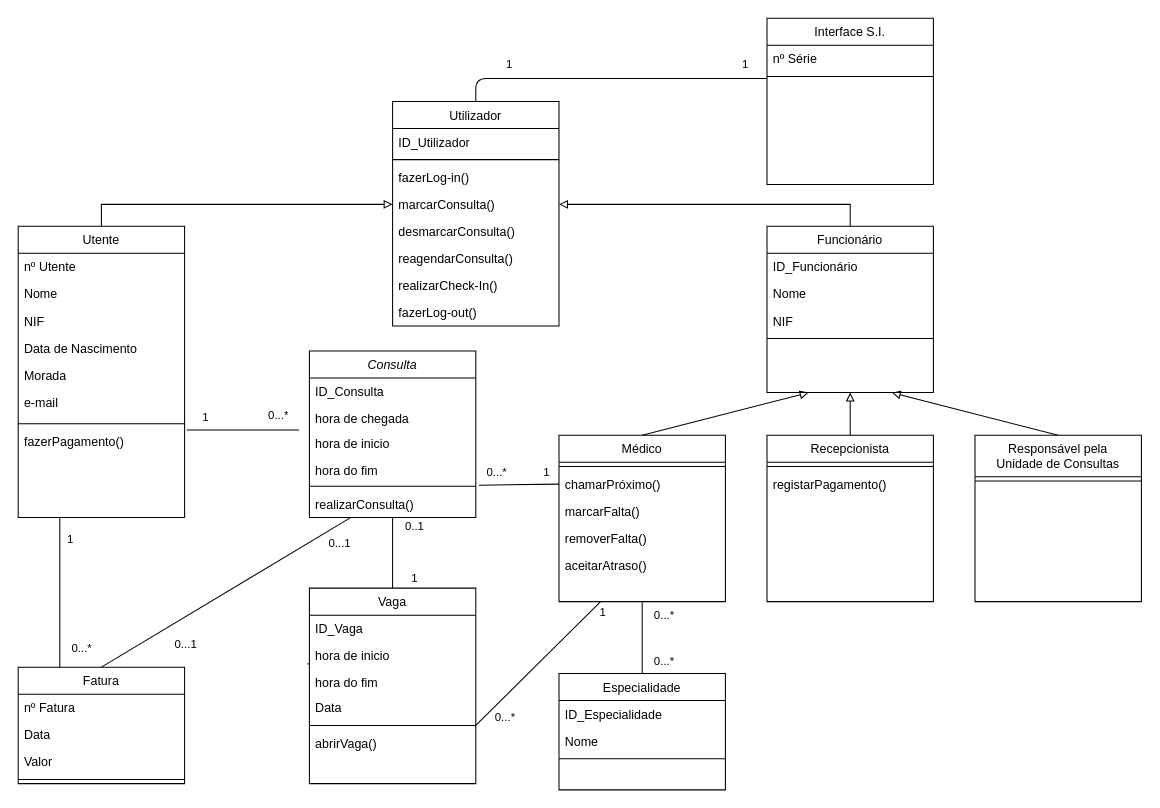
This is Diagrama de Classes.drawio from carlan92/Hospital_Management_System, a draw.io file, before an edit. Source tidied: cells renumbered, new cells numbered last; positions are measured from the earlier drawing's top-left corner, leaving out a move shared by most shapes. Both pictures are drawn from the tidied source at 104%, with x=0, y=0 at pixel (18, 18).
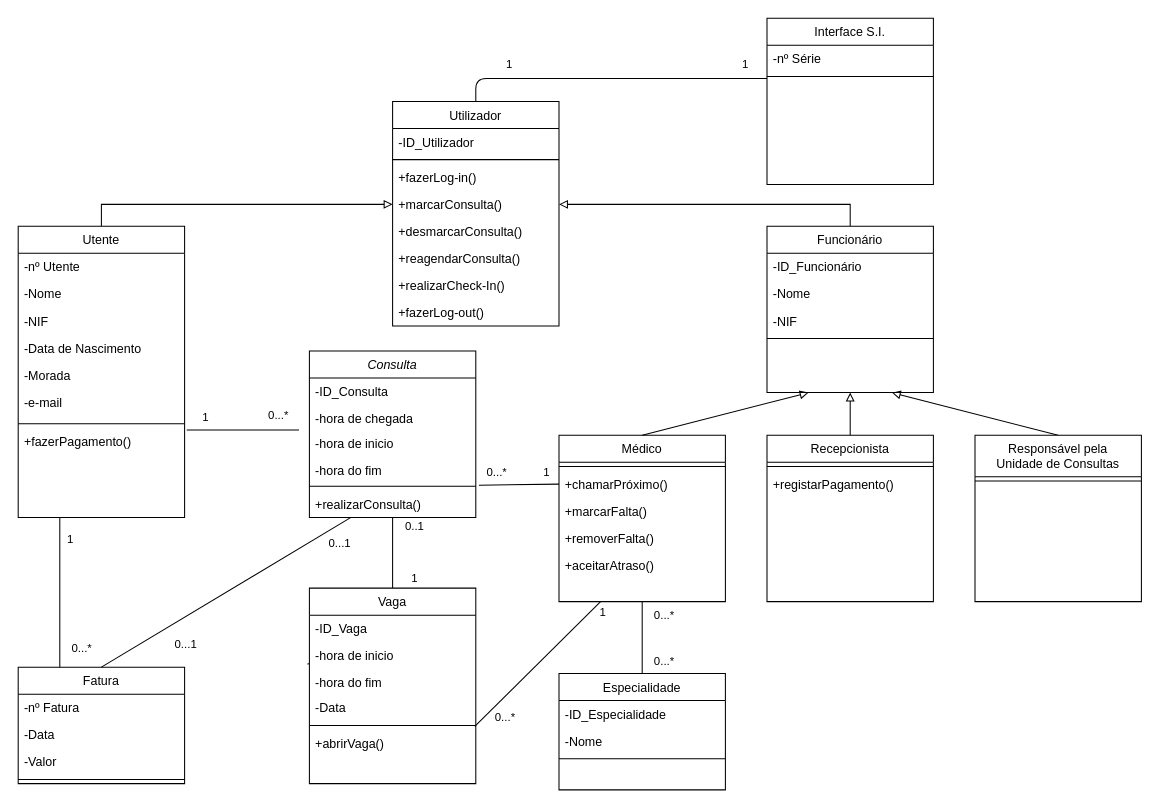
The same page after the edit.

Commit message:
update, adicionado nivel de visibilidade

The change refers to these unchanged cells:
```xml
<mxCell id="2" value="Médico" style="swimlane;fontStyle=0;align=center;verticalAlign=top;horizontal=1;startSize=26;rounded=0;shadow=0;strokeWidth=1;" parent="1" vertex="1">
  <mxGeometry x="520" y="401" width="160" height="160" as="geometry" />
</mxCell>
<mxCell id="9" value="Utente" style="swimlane;fontStyle=0;align=center;verticalAlign=top;horizontal=1;startSize=26;rounded=0;shadow=0;strokeWidth=1;" parent="1" vertex="1">
  <mxGeometry y="200" width="160" height="280" as="geometry" />
</mxCell>
<mxCell id="19" value="Recepcionista" style="swimlane;fontStyle=0;align=center;verticalAlign=top;horizontal=1;startSize=26;rounded=0;shadow=0;strokeWidth=1;" parent="1" vertex="1">
  <mxGeometry x="720" y="401" width="160" height="160" as="geometry" />
</mxCell>
<mxCell id="26" value="Funcionário" style="swimlane;fontStyle=0;align=center;verticalAlign=top;horizontal=1;startSize=26;rounded=0;shadow=0;strokeWidth=1;" parent="1" vertex="1">
  <mxGeometry x="720" y="200" width="160" height="160" as="geometry" />
</mxCell>
<mxCell id="32" value="Utilizador" style="swimlane;fontStyle=0;align=center;verticalAlign=top;horizontal=1;startSize=26;rounded=0;shadow=0;strokeWidth=1;" parent="1" vertex="1">
  <mxGeometry x="360" y="80" width="160" height="216" as="geometry" />
</mxCell>
<mxCell id="41" value="Fatura" style="swimlane;fontStyle=0;align=center;verticalAlign=top;horizontal=1;startSize=26;rounded=0;shadow=0;strokeWidth=1;" parent="1" vertex="1">
  <mxGeometry y="624" width="160" height="112" as="geometry" />
</mxCell>
<mxCell id="49" value="Interface S.I." style="swimlane;fontStyle=0;align=center;verticalAlign=top;horizontal=1;startSize=26;rounded=0;shadow=0;strokeWidth=1;" parent="1" vertex="1">
  <mxGeometry x="720" width="160" height="160" as="geometry" />
</mxCell>
<mxCell id="55" value="Especialidade" style="swimlane;fontStyle=0;align=center;verticalAlign=top;horizontal=1;startSize=26;rounded=0;shadow=0;strokeWidth=1;" parent="1" vertex="1">
  <mxGeometry x="520" y="630" width="160" height="112" as="geometry" />
</mxCell>
<mxCell id="62" value="Consulta" style="swimlane;fontStyle=2;align=center;verticalAlign=top;horizontal=1;startSize=26;rounded=0;shadow=0;strokeWidth=1;" parent="1" vertex="1">
  <mxGeometry x="280" y="320" width="160" height="160" as="geometry" />
</mxCell>
<mxCell id="75" value="Vaga" style="swimlane;fontStyle=0;align=center;verticalAlign=top;horizontal=1;startSize=26;rounded=0;shadow=0;strokeWidth=1;" parent="1" vertex="1">
  <mxGeometry x="280" y="548" width="160" height="188" as="geometry" />
</mxCell>
```

Diff of the diagram source:
```diff
@@
-    <mxCell id="4" value="chamarPróximo()" style="text;align=left;verticalAlign=top;spacingLeft=4;spacingRight=4;overflow=hidden;points=[[0,0.5],[1,0.5]];portConstraint=eastwest;rounded=0;shadow=0;html=0;" parent="2" vertex="1">
+    <mxCell id="4" value="+chamarPróximo()" style="text;align=left;verticalAlign=top;spacingLeft=4;spacingRight=4;overflow=hidden;points=[[0,0.5],[1,0.5]];portConstraint=eastwest;rounded=0;shadow=0;html=0;" parent="2" vertex="1">
       <mxGeometry y="34" width="160" height="26" as="geometry" />
     </mxCell>
-    <mxCell id="5" value="marcarFalta()" style="text;align=left;verticalAlign=top;spacingLeft=4;spacingRight=4;overflow=hidden;rounded=0;shadow=0;html=0;" parent="2" vertex="1">
+    <mxCell id="5" value="+marcarFalta()" style="text;align=left;verticalAlign=top;spacingLeft=4;spacingRight=4;overflow=hidden;rounded=0;shadow=0;html=0;" parent="2" vertex="1">
       <mxGeometry y="60" width="160" height="26" as="geometry" />
     </mxCell>
-    <mxCell id="6" value="removerFalta()" style="text;align=left;verticalAlign=top;spacingLeft=4;spacingRight=4;overflow=hidden;rounded=0;shadow=0;html=0;" parent="2" vertex="1">
+    <mxCell id="6" value="+removerFalta()" style="text;align=left;verticalAlign=top;spacingLeft=4;spacingRight=4;overflow=hidden;rounded=0;shadow=0;html=0;" parent="2" vertex="1">
       <mxGeometry y="86" width="160" height="26" as="geometry" />
     </mxCell>
-    <mxCell id="7" value="aceitarAtraso()" style="text;align=left;verticalAlign=top;spacingLeft=4;spacingRight=4;overflow=hidden;rounded=0;shadow=0;html=0;" parent="2" vertex="1">
+    <mxCell id="7" value="+aceitarAtraso()" style="text;align=left;verticalAlign=top;spacingLeft=4;spacingRight=4;overflow=hidden;rounded=0;shadow=0;html=0;" parent="2" vertex="1">
       <mxGeometry y="112" width="160" height="26" as="geometry" />
     </mxCell>
@@
-    <mxCell id="10" value="nº Utente" style="text;align=left;verticalAlign=top;spacingLeft=4;spacingRight=4;overflow=hidden;rounded=0;shadow=0;html=0;" parent="9" vertex="1">
+    <mxCell id="10" value="-nº Utente" style="text;align=left;verticalAlign=top;spacingLeft=4;spacingRight=4;overflow=hidden;rounded=0;shadow=0;html=0;" parent="9" vertex="1">
       <mxGeometry y="26" width="160" height="26" as="geometry" />
     </mxCell>
-    <mxCell id="11" value="Nome" style="text;align=left;verticalAlign=top;spacingLeft=4;spacingRight=4;overflow=hidden;" parent="9" vertex="1">
+    <mxCell id="11" value="-Nome" style="text;align=left;verticalAlign=top;spacingLeft=4;spacingRight=4;overflow=hidden;" parent="9" vertex="1">
       <mxGeometry y="52" width="160" height="26" as="geometry" />
     </mxCell>
-    <mxCell id="12" value="NIF" style="text;align=left;verticalAlign=top;spacingLeft=4;spacingRight=4;overflow=hidden;rounded=0;shadow=0;html=0;" parent="9" vertex="1">
+    <mxCell id="12" value="-NIF" style="text;align=left;verticalAlign=top;spacingLeft=4;spacingRight=4;overflow=hidden;rounded=0;shadow=0;html=0;" parent="9" vertex="1">
       <mxGeometry y="78" width="160" height="26" as="geometry" />
     </mxCell>
-    <mxCell id="13" value="Data de Nascimento" style="text;align=left;verticalAlign=top;spacingLeft=4;spacingRight=4;overflow=hidden;rounded=0;shadow=0;html=0;" parent="9" vertex="1">
+    <mxCell id="13" value="-Data de Nascimento" style="text;align=left;verticalAlign=top;spacingLeft=4;spacingRight=4;overflow=hidden;rounded=0;shadow=0;html=0;" parent="9" vertex="1">
       <mxGeometry y="104" width="160" height="26" as="geometry" />
     </mxCell>
-    <mxCell id="14" value="Morada" style="text;align=left;verticalAlign=top;spacingLeft=4;spacingRight=4;overflow=hidden;rounded=0;shadow=0;html=0;" parent="9" vertex="1">
+    <mxCell id="14" value="-Morada" style="text;align=left;verticalAlign=top;spacingLeft=4;spacingRight=4;overflow=hidden;rounded=0;shadow=0;html=0;" parent="9" vertex="1">
       <mxGeometry y="130" width="160" height="26" as="geometry" />
     </mxCell>
-    <mxCell id="15" value="e-mail" style="text;align=left;verticalAlign=top;spacingLeft=4;spacingRight=4;overflow=hidden;rounded=0;shadow=0;html=0;" parent="9" vertex="1">
+    <mxCell id="15" value="-e-mail" style="text;align=left;verticalAlign=top;spacingLeft=4;spacingRight=4;overflow=hidden;rounded=0;shadow=0;html=0;" parent="9" vertex="1">
       <mxGeometry y="156" width="160" height="30" as="geometry" />
     </mxCell>
@@
-    <mxCell id="17" value="fazerPagamento()" style="text;align=left;verticalAlign=top;spacingLeft=4;spacingRight=4;overflow=hidden;points=[[0,0.5],[1,0.5]];portConstraint=eastwest;rounded=0;shadow=0;html=0;" parent="9" vertex="1">
+    <mxCell id="17" value="+fazerPagamento()" style="text;align=left;verticalAlign=top;spacingLeft=4;spacingRight=4;overflow=hidden;points=[[0,0.5],[1,0.5]];portConstraint=eastwest;rounded=0;shadow=0;html=0;" parent="9" vertex="1">
       <mxGeometry y="194" width="160" height="26" as="geometry" />
     </mxCell>
@@
-    <mxCell id="21" value="registarPagamento()" style="text;align=left;verticalAlign=top;spacingLeft=4;spacingRight=4;overflow=hidden;rounded=0;shadow=0;html=0;" parent="19" vertex="1">
+    <mxCell id="21" value="+registarPagamento()" style="text;align=left;verticalAlign=top;spacingLeft=4;spacingRight=4;overflow=hidden;rounded=0;shadow=0;html=0;" parent="19" vertex="1">
       <mxGeometry y="34" width="160" height="26" as="geometry" />
     </mxCell>
@@
-    <mxCell id="27" value="ID_Funcionário" style="text;align=left;verticalAlign=top;spacingLeft=4;spacingRight=4;overflow=hidden;" parent="26" vertex="1">
+    <mxCell id="27" value="-ID_Funcionário" style="text;align=left;verticalAlign=top;spacingLeft=4;spacingRight=4;overflow=hidden;" parent="26" vertex="1">
       <mxGeometry y="26" width="160" height="26" as="geometry" />
     </mxCell>
-    <mxCell id="28" value="Nome" style="text;align=left;verticalAlign=top;spacingLeft=4;spacingRight=4;overflow=hidden;" parent="26" vertex="1">
+    <mxCell id="28" value="-Nome" style="text;align=left;verticalAlign=top;spacingLeft=4;spacingRight=4;overflow=hidden;" parent="26" vertex="1">
       <mxGeometry y="52" width="160" height="26" as="geometry" />
     </mxCell>
-    <mxCell id="29" value="NIF" style="text;align=left;verticalAlign=top;spacingLeft=4;spacingRight=4;overflow=hidden;" parent="26" vertex="1">
+    <mxCell id="29" value="-NIF" style="text;align=left;verticalAlign=top;spacingLeft=4;spacingRight=4;overflow=hidden;" parent="26" vertex="1">
       <mxGeometry y="78" width="160" height="26" as="geometry" />
     </mxCell>
@@
-    <mxCell id="33" value="ID_Utilizador" style="text;align=left;verticalAlign=top;spacingLeft=4;spacingRight=4;overflow=hidden;" parent="32" vertex="1">
+    <mxCell id="33" value="-ID_Utilizador" style="text;align=left;verticalAlign=top;spacingLeft=4;spacingRight=4;overflow=hidden;" parent="32" vertex="1">
       <mxGeometry y="26" width="160" height="26" as="geometry" />
     </mxCell>
@@
-    <mxCell id="35" value="fazerLog-in()" style="text;align=left;verticalAlign=top;spacingLeft=4;spacingRight=4;overflow=hidden;rounded=0;shadow=0;html=0;" parent="32" vertex="1">
+    <mxCell id="35" value="+fazerLog-in()" style="text;align=left;verticalAlign=top;spacingLeft=4;spacingRight=4;overflow=hidden;rounded=0;shadow=0;html=0;" parent="32" vertex="1">
       <mxGeometry y="60" width="160" height="26" as="geometry" />
     </mxCell>
-    <mxCell id="36" value="marcarConsulta()" style="text;align=left;verticalAlign=top;spacingLeft=4;spacingRight=4;overflow=hidden;points=[[0,0.5],[1,0.5]];portConstraint=eastwest;rounded=0;shadow=0;html=0;" parent="32" vertex="1">
+    <mxCell id="36" value="+marcarConsulta()" style="text;align=left;verticalAlign=top;spacingLeft=4;spacingRight=4;overflow=hidden;points=[[0,0.5],[1,0.5]];portConstraint=eastwest;rounded=0;shadow=0;html=0;" parent="32" vertex="1">
       <mxGeometry y="86" width="160" height="26" as="geometry" />
     </mxCell>
-    <mxCell id="37" value="desmarcarConsulta()" style="text;align=left;verticalAlign=top;spacingLeft=4;spacingRight=4;overflow=hidden;rounded=0;shadow=0;html=0;" parent="32" vertex="1">
+    <mxCell id="37" value="+desmarcarConsulta()" style="text;align=left;verticalAlign=top;spacingLeft=4;spacingRight=4;overflow=hidden;rounded=0;shadow=0;html=0;" parent="32" vertex="1">
       <mxGeometry y="112" width="160" height="26" as="geometry" />
     </mxCell>
-    <mxCell id="38" value="reagendarConsulta()" style="text;align=left;verticalAlign=top;spacingLeft=4;spacingRight=4;overflow=hidden;rounded=0;shadow=0;html=0;" parent="32" vertex="1">
+    <mxCell id="38" value="+reagendarConsulta()" style="text;align=left;verticalAlign=top;spacingLeft=4;spacingRight=4;overflow=hidden;rounded=0;shadow=0;html=0;" parent="32" vertex="1">
       <mxGeometry y="138" width="160" height="26" as="geometry" />
     </mxCell>
-    <mxCell id="39" value="realizarCheck-In()" style="text;align=left;verticalAlign=top;spacingLeft=4;spacingRight=4;overflow=hidden;rounded=0;shadow=0;html=0;" parent="32" vertex="1">
+    <mxCell id="39" value="+realizarCheck-In()" style="text;align=left;verticalAlign=top;spacingLeft=4;spacingRight=4;overflow=hidden;rounded=0;shadow=0;html=0;" parent="32" vertex="1">
       <mxGeometry y="164" width="160" height="26" as="geometry" />
     </mxCell>
-    <mxCell id="40" value="fazerLog-out()" style="text;align=left;verticalAlign=top;spacingLeft=4;spacingRight=4;overflow=hidden;rounded=0;shadow=0;html=0;" parent="32" vertex="1">
+    <mxCell id="40" value="+fazerLog-out()" style="text;align=left;verticalAlign=top;spacingLeft=4;spacingRight=4;overflow=hidden;rounded=0;shadow=0;html=0;" parent="32" vertex="1">
       <mxGeometry y="190" width="160" height="26" as="geometry" />
     </mxCell>
@@
-    <mxCell id="42" value="nº Fatura" style="text;align=left;verticalAlign=top;spacingLeft=4;spacingRight=4;overflow=hidden;" parent="41" vertex="1">
+    <mxCell id="42" value="-nº Fatura" style="text;align=left;verticalAlign=top;spacingLeft=4;spacingRight=4;overflow=hidden;" parent="41" vertex="1">
       <mxGeometry y="26" width="160" height="26" as="geometry" />
     </mxCell>
-    <mxCell id="43" value="Data" style="text;align=left;verticalAlign=top;spacingLeft=4;spacingRight=4;overflow=hidden;" parent="41" vertex="1">
+    <mxCell id="43" value="-Data" style="text;align=left;verticalAlign=top;spacingLeft=4;spacingRight=4;overflow=hidden;" parent="41" vertex="1">
       <mxGeometry y="52" width="160" height="26" as="geometry" />
     </mxCell>
-    <mxCell id="44" value="Valor" style="text;align=left;verticalAlign=top;spacingLeft=4;spacingRight=4;overflow=hidden;" parent="41" vertex="1">
+    <mxCell id="44" value="-Valor" style="text;align=left;verticalAlign=top;spacingLeft=4;spacingRight=4;overflow=hidden;" parent="41" vertex="1">
       <mxGeometry y="78" width="160" height="26" as="geometry" />
     </mxCell>
@@
-    <mxCell id="50" value="nº Série" style="text;align=left;verticalAlign=top;spacingLeft=4;spacingRight=4;overflow=hidden;points=[[0,0.5],[1,0.5]];portConstraint=eastwest;" parent="49" vertex="1">
+    <mxCell id="50" value="-nº Série" style="text;align=left;verticalAlign=top;spacingLeft=4;spacingRight=4;overflow=hidden;points=[[0,0.5],[1,0.5]];portConstraint=eastwest;" parent="49" vertex="1">
       <mxGeometry y="26" width="160" height="26" as="geometry" />
     </mxCell>
@@
-    <mxCell id="56" value="ID_Especialidade" style="text;align=left;verticalAlign=top;spacingLeft=4;spacingRight=4;overflow=hidden;" parent="55" vertex="1">
+    <mxCell id="56" value="-ID_Especialidade" style="text;align=left;verticalAlign=top;spacingLeft=4;spacingRight=4;overflow=hidden;" parent="55" vertex="1">
       <mxGeometry y="26" width="160" height="26" as="geometry" />
     </mxCell>
-    <mxCell id="57" value="Nome" style="text;align=left;verticalAlign=top;spacingLeft=4;spacingRight=4;overflow=hidden;" parent="55" vertex="1">
+    <mxCell id="57" value="-Nome" style="text;align=left;verticalAlign=top;spacingLeft=4;spacingRight=4;overflow=hidden;" parent="55" vertex="1">
       <mxGeometry y="52" width="160" height="26" as="geometry" />
     </mxCell>
@@
-    <mxCell id="63" value="ID_Consulta" style="text;align=left;verticalAlign=top;spacingLeft=4;spacingRight=4;overflow=hidden;" parent="62" vertex="1">
+    <mxCell id="63" value="-ID_Consulta" style="text;align=left;verticalAlign=top;spacingLeft=4;spacingRight=4;overflow=hidden;" parent="62" vertex="1">
       <mxGeometry y="26" width="160" height="26" as="geometry" />
     </mxCell>
-    <mxCell id="64" value="hora de chegada" style="text;align=left;verticalAlign=top;spacingLeft=4;spacingRight=4;overflow=hidden;" parent="62" vertex="1">
+    <mxCell id="64" value="-hora de chegada" style="text;align=left;verticalAlign=top;spacingLeft=4;spacingRight=4;overflow=hidden;" parent="62" vertex="1">
       <mxGeometry y="52" width="160" height="24" as="geometry" />
     </mxCell>
-    <mxCell id="65" value="hora de inicio" style="text;align=left;verticalAlign=top;spacingLeft=4;spacingRight=4;overflow=hidden;" parent="62" vertex="1">
+    <mxCell id="65" value="-hora de inicio" style="text;align=left;verticalAlign=top;spacingLeft=4;spacingRight=4;overflow=hidden;" parent="62" vertex="1">
       <mxGeometry y="76" width="160" height="26" as="geometry" />
     </mxCell>
-    <mxCell id="66" value="hora do fim" style="text;align=left;verticalAlign=top;spacingLeft=4;spacingRight=4;overflow=hidden;" parent="62" vertex="1">
+    <mxCell id="66" value="-hora do fim" style="text;align=left;verticalAlign=top;spacingLeft=4;spacingRight=4;overflow=hidden;" parent="62" vertex="1">
       <mxGeometry y="102" width="160" height="24" as="geometry" />
     </mxCell>
@@
-    <mxCell id="68" value="realizarConsulta()" style="text;align=left;verticalAlign=top;spacingLeft=4;spacingRight=4;overflow=hidden;points=[[0,0.5],[1,0.5]];portConstraint=eastwest;rounded=0;shadow=0;html=0;" parent="62" vertex="1">
+    <mxCell id="68" value="+realizarConsulta()" style="text;align=left;verticalAlign=top;spacingLeft=4;spacingRight=4;overflow=hidden;points=[[0,0.5],[1,0.5]];portConstraint=eastwest;rounded=0;shadow=0;html=0;" parent="62" vertex="1">
       <mxGeometry y="134" width="160" height="26" as="geometry" />
     </mxCell>
@@
-    <mxCell id="76" value="ID_Vaga" style="text;align=left;verticalAlign=top;spacingLeft=4;spacingRight=4;overflow=hidden;" parent="75" vertex="1">
+    <mxCell id="76" value="-ID_Vaga" style="text;align=left;verticalAlign=top;spacingLeft=4;spacingRight=4;overflow=hidden;" parent="75" vertex="1">
       <mxGeometry y="26" width="160" height="26" as="geometry" />
     </mxCell>
-    <mxCell id="77" value="hora de inicio" style="text;align=left;verticalAlign=top;spacingLeft=4;spacingRight=4;overflow=hidden;points=[[0,0.5],[1,0.5]];portConstraint=eastwest;" parent="75" vertex="1">
+    <mxCell id="77" value="-hora de inicio" style="text;align=left;verticalAlign=top;spacingLeft=4;spacingRight=4;overflow=hidden;points=[[0,0.5],[1,0.5]];portConstraint=eastwest;" parent="75" vertex="1">
       <mxGeometry y="52" width="160" height="26" as="geometry" />
     </mxCell>
-    <mxCell id="78" value="hora do fim" style="text;align=left;verticalAlign=top;spacingLeft=4;spacingRight=4;overflow=hidden;" parent="75" vertex="1">
+    <mxCell id="78" value="-hora do fim" style="text;align=left;verticalAlign=top;spacingLeft=4;spacingRight=4;overflow=hidden;" parent="75" vertex="1">
       <mxGeometry y="78" width="160" height="24" as="geometry" />
     </mxCell>
-    <mxCell id="79" value="Data" style="text;align=left;verticalAlign=top;spacingLeft=4;spacingRight=4;overflow=hidden;points=[[0,0.5],[1,0.5]];portConstraint=eastwest;rounded=0;shadow=0;html=0;" parent="75" vertex="1">
+    <mxCell id="79" value="-Data" style="text;align=left;verticalAlign=top;spacingLeft=4;spacingRight=4;overflow=hidden;points=[[0,0.5],[1,0.5]];portConstraint=eastwest;rounded=0;shadow=0;html=0;" parent="75" vertex="1">
       <mxGeometry y="102" width="160" height="26" as="geometry" />
     </mxCell>
@@
-    <mxCell id="82" value="abrirVaga()" style="text;align=left;verticalAlign=top;spacingLeft=4;spacingRight=4;overflow=hidden;rounded=0;shadow=0;html=0;" parent="75" vertex="1">
+    <mxCell id="82" value="+abrirVaga()" style="text;align=left;verticalAlign=top;spacingLeft=4;spacingRight=4;overflow=hidden;rounded=0;shadow=0;html=0;" parent="75" vertex="1">
       <mxGeometry y="136" width="160" height="26" as="geometry" />
     </mxCell>
```
